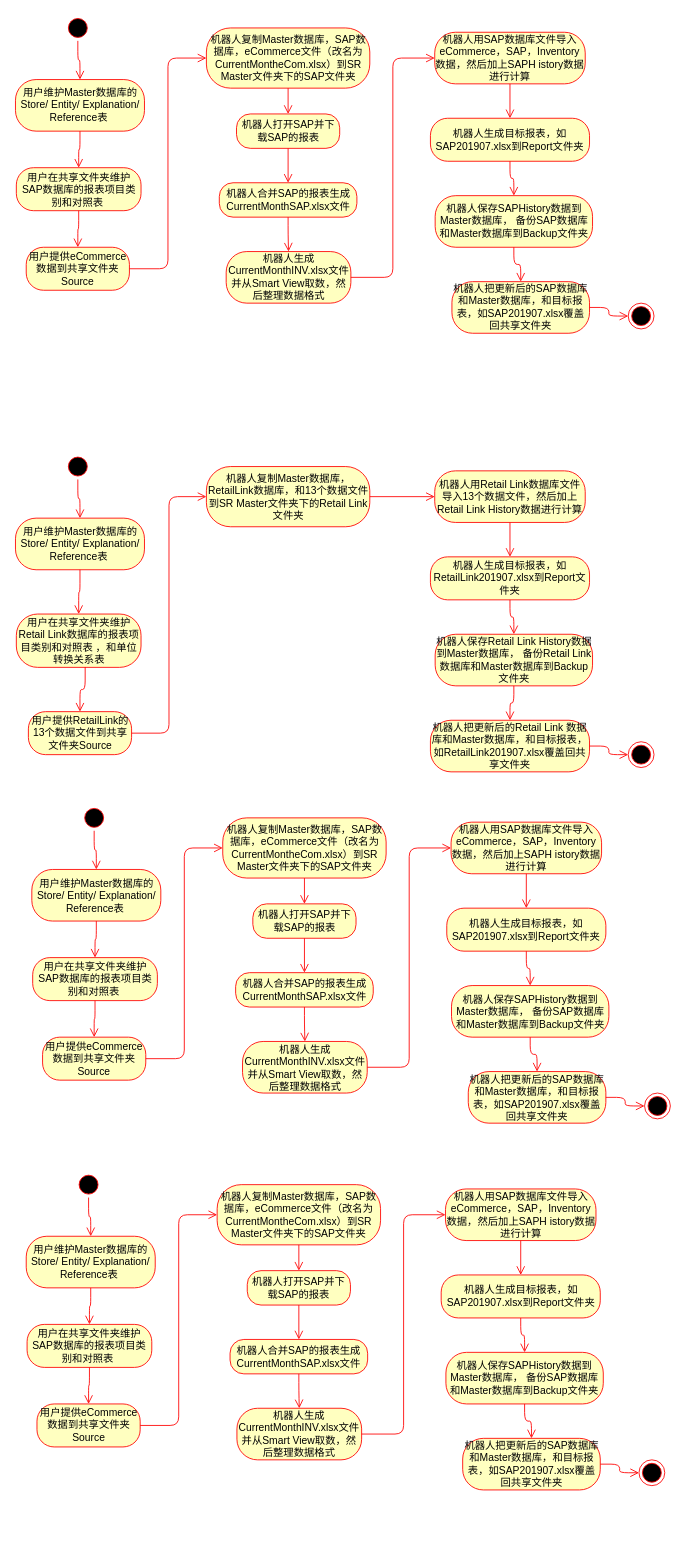
Earlier version of the draw.io diagram page "StatisticReport" (2 of 6) of Untitled Diagram.drawio (Youjwxyz/VBA_Library). Source tidied: cells renumbered, new cells numbered last; positions are measured from the earlier drawing's top-left corner, leaving out a move shared by most shapes. Both pictures are drawn from the tidied source at 86%, with x=0, y=0 at pixel (15, 15).
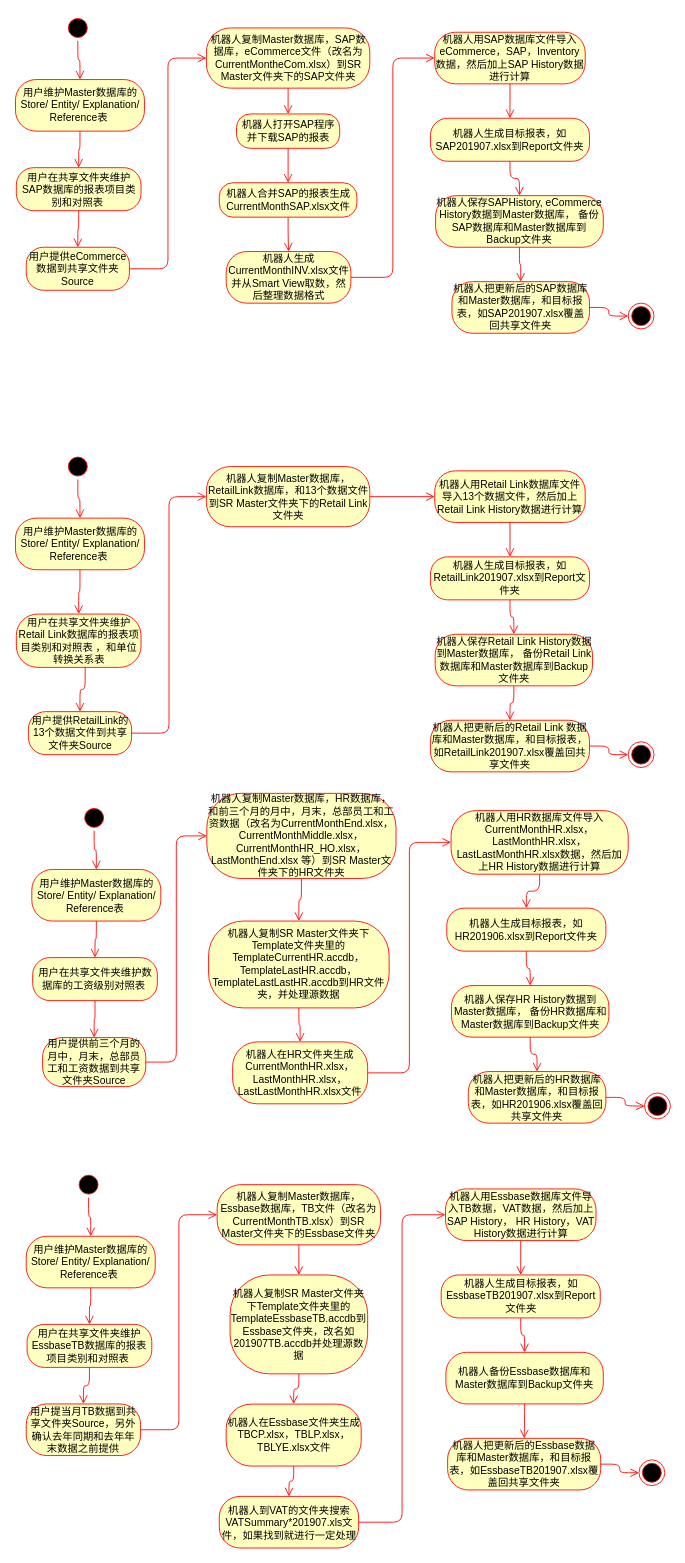
The same diagram, later.

The edit, as a diff of the source:
```diff
@@
-    <mxCell id="12" value="机器人打开SAP并下载SAP的报表" style="rounded=1;whiteSpace=wrap;html=1;arcSize=40;fontColor=#000000;fillColor=#ffffc0;strokeColor=#ff0000;" parent="1" vertex="1">
+    <mxCell id="12" value="机器人打开SAP程序并下载SAP的报表" style="rounded=1;whiteSpace=wrap;html=1;arcSize=40;fontColor=#000000;fillColor=#ffffc0;strokeColor=#ff0000;" parent="1" vertex="1">
       <mxGeometry x="256.5" y="115" width="120" height="40" as="geometry" />
     </mxCell>
@@
-    <mxCell id="18" value="机器人用SAP数据库文件导入eCommerce，SAP，Inventory数据，然后加上SAPH istory数据进行计算" style="rounded=1;whiteSpace=wrap;html=1;arcSize=40;fontColor=#000000;fillColor=#ffffc0;strokeColor=#ff0000;" parent="1" vertex="1">
+    <mxCell id="18" value="机器人用SAP数据库文件导入eCommerce，SAP，Inventory数据，然后加上SAP History数据进行计算" style="rounded=1;whiteSpace=wrap;html=1;arcSize=40;fontColor=#000000;fillColor=#ffffc0;strokeColor=#ff0000;" parent="1" vertex="1">
       <mxGeometry x="487" y="20" width="175" height="60" as="geometry" />
     </mxCell>
@@
-    <mxCell id="22" value="机器人保存SAPHistory数据到Master数据库，&amp;nbsp;备份SAP数据库和Master数据库到Backup文件夹" style="rounded=1;whiteSpace=wrap;html=1;arcSize=40;fontColor=#000000;fillColor=#ffffc0;strokeColor=#ff0000;" parent="1" vertex="1">
-      <mxGeometry x="487.5" y="210" width="183" height="60" as="geometry" />
+    <mxCell id="22" value="机器人保存SAPHistory, eCommerce History数据到Master数据库，&amp;nbsp;备份SAP数据库和Master数据库到Backup文件夹" style="rounded=1;whiteSpace=wrap;html=1;arcSize=40;fontColor=#000000;fillColor=#ffffc0;strokeColor=#ff0000;" parent="1" vertex="1">
+      <mxGeometry x="488" y="210" width="195" height="60" as="geometry" />
     </mxCell>
@@
-    <mxCell id="48" value="用户在共享文件夹维护SAP数据库的报表项目类别和对照表&amp;nbsp;" style="rounded=1;whiteSpace=wrap;html=1;arcSize=40;fontColor=#000000;fillColor=#ffffc0;strokeColor=#ff0000;" parent="1" vertex="1">
+    <mxCell id="48" value="用户在共享文件夹维护数据库的工资级别对照表&amp;nbsp;" style="rounded=1;whiteSpace=wrap;html=1;arcSize=40;fontColor=#000000;fillColor=#ffffc0;strokeColor=#ff0000;" parent="1" vertex="1">
       <mxGeometry x="19.5" y="1096" width="145" height="50" as="geometry" />
     </mxCell>
@@
-    <mxCell id="52" value="用户提供eCommerce数据到共享文件夹Source" style="rounded=1;whiteSpace=wrap;html=1;arcSize=40;fontColor=#000000;fillColor=#ffffc0;strokeColor=#ff0000;" parent="1" vertex="1">
-      <mxGeometry x="31" y="1188.5" width="120" height="50" as="geometry" />
+    <mxCell id="52" value="用户提供前三个月的月中，月末，总部员工和工资数据到共享文件夹Source" style="rounded=1;whiteSpace=wrap;html=1;arcSize=40;fontColor=#000000;fillColor=#ffffc0;strokeColor=#ff0000;" parent="1" vertex="1">
+      <mxGeometry x="31" y="1189" width="120" height="57" as="geometry" />
     </mxCell>
@@
-    <mxCell id="54" value="机器人复制Master数据库，SAP数据库，eCommerce文件（改名为CurrentMontheCom.xlsx）到SR Master文件夹下的SAP文件夹" style="rounded=1;whiteSpace=wrap;html=1;arcSize=40;fontColor=#000000;fillColor=#ffffc0;strokeColor=#ff0000;" parent="1" vertex="1">
-      <mxGeometry x="240.5" y="933.5" width="190" height="70" as="geometry" />
+    <mxCell id="54" value="机器人复制Master数据库，HR数据库，和前三个月的月中，月末，总部员工和工资数据（改名为CurrentMonthEnd.xlsx，CurrentMonthMiddle.xlsx，CurrentMonthHR_HO.xlsx， LastMonthEnd.xlsx 等）到SR Master文件夹下的HR文件夹" style="rounded=1;whiteSpace=wrap;html=1;arcSize=40;fontColor=#000000;fillColor=#ffffc0;strokeColor=#ff0000;" parent="1" vertex="1">
+      <mxGeometry x="222" y="905" width="220" height="99" as="geometry" />
     </mxCell>
@@
-    <mxCell id="56" value="机器人打开SAP并下载SAP的报表" style="rounded=1;whiteSpace=wrap;html=1;arcSize=40;fontColor=#000000;fillColor=#ffffc0;strokeColor=#ff0000;" parent="1" vertex="1">
-      <mxGeometry x="275.5" y="1033.5" width="120" height="40" as="geometry" />
+    <mxCell id="56" value="机器人复制SR Master文件夹下Template文件夹里的TemplateCurrentHR.accdb，TemplateLastHR.accdb，TemplateLastLastHR.accdb到HR文件夹，并处理源数据" style="rounded=1;whiteSpace=wrap;html=1;arcSize=40;fontColor=#000000;fillColor=#ffffc0;strokeColor=#ff0000;" parent="1" vertex="1">
+      <mxGeometry x="224" y="1053.5" width="210" height="101" as="geometry" />
     </mxCell>
-    <mxCell id="57" style="edgeStyle=orthogonalEdgeStyle;html=1;verticalAlign=bottom;endArrow=open;endSize=8;strokeColor=#ff0000;" parent="1" edge="1" source="56" target="58">
+    <mxCell id="57" style="edgeStyle=orthogonalEdgeStyle;html=1;verticalAlign=bottom;endArrow=open;endSize=8;strokeColor=#ff0000;entryX=0.5;entryY=0;entryDx=0;entryDy=0;" parent="1" edge="1" source="56" target="60">
       <mxGeometry relative="1" as="geometry" />
     </mxCell>
-    <mxCell id="58" value="机器人合并SAP的报表生成CurrentMonthSAP.xlsx文件" style="rounded=1;whiteSpace=wrap;html=1;arcSize=40;fontColor=#000000;fillColor=#ffffc0;strokeColor=#ff0000;" parent="1" vertex="1">
-      <mxGeometry x="255.5" y="1113.5" width="160" height="40" as="geometry" />
-    </mxCell>
-    <mxCell id="59" style="edgeStyle=orthogonalEdgeStyle;html=1;verticalAlign=bottom;endArrow=open;endSize=8;strokeColor=#ff0000;" parent="1" edge="1" source="58" target="60">
-      <mxGeometry relative="1" as="geometry" />
-    </mxCell>
-    <mxCell id="60" value="机器人生成CurrentMonthINV.xlsx文件并从Smart View取数，然后整理数据格式" style="rounded=1;whiteSpace=wrap;html=1;arcSize=40;fontColor=#000000;fillColor=#ffffc0;strokeColor=#ff0000;" parent="1" vertex="1">
-      <mxGeometry x="263.5" y="1193.5" width="145" height="60" as="geometry" />
+    <mxCell id="60" value="机器人在HR文件夹生成CurrentMonthHR.xlsx，LastMonthHR.xlsx，LastLastMonthHR.xlsx文件" style="rounded=1;whiteSpace=wrap;html=1;arcSize=40;fontColor=#000000;fillColor=#ffffc0;strokeColor=#ff0000;" parent="1" vertex="1">
+      <mxGeometry x="252" y="1194" width="157" height="72" as="geometry" />
     </mxCell>
@@
-    <mxCell id="62" value="机器人用SAP数据库文件导入eCommerce，SAP，Inventory数据，然后加上SAPH istory数据进行计算" style="rounded=1;whiteSpace=wrap;html=1;arcSize=40;fontColor=#000000;fillColor=#ffffc0;strokeColor=#ff0000;" parent="1" vertex="1">
-      <mxGeometry x="506" y="938.5" width="175" height="60" as="geometry" />
+    <mxCell id="62" value="机器人用HR数据库文件导入CurrentMonthHR.xlsx，LastMonthHR.xlsx，LastLastMonthHR.xlsx数据，然后加上HR History数据进行计算" style="rounded=1;whiteSpace=wrap;html=1;arcSize=40;fontColor=#000000;fillColor=#ffffc0;strokeColor=#ff0000;" parent="1" vertex="1">
+      <mxGeometry x="506" y="925" width="206" height="74" as="geometry" />
     </mxCell>
@@
-    <mxCell id="64" value="机器人生成目标报表，如SAP201907.xlsx到Report文件夹" style="rounded=1;whiteSpace=wrap;html=1;arcSize=40;fontColor=#000000;fillColor=#ffffc0;strokeColor=#ff0000;" parent="1" vertex="1">
+    <mxCell id="64" value="机器人生成目标报表，如HR201906.xlsx到Report文件夹" style="rounded=1;whiteSpace=wrap;html=1;arcSize=40;fontColor=#000000;fillColor=#ffffc0;strokeColor=#ff0000;" parent="1" vertex="1">
       <mxGeometry x="501" y="1038.5" width="185" height="50" as="geometry" />
     </mxCell>
@@
-    <mxCell id="66" value="机器人保存SAPHistory数据到Master数据库，&amp;nbsp;备份SAP数据库和Master数据库到Backup文件夹" style="rounded=1;whiteSpace=wrap;html=1;arcSize=40;fontColor=#000000;fillColor=#ffffc0;strokeColor=#ff0000;" parent="1" vertex="1">
+    <mxCell id="66" value="机器人保存HR History数据到Master数据库，&amp;nbsp;备份HR数据库和Master数据库到Backup文件夹" style="rounded=1;whiteSpace=wrap;html=1;arcSize=40;fontColor=#000000;fillColor=#ffffc0;strokeColor=#ff0000;" parent="1" vertex="1">
       <mxGeometry x="506.5" y="1128.5" width="183" height="60" as="geometry" />
     </mxCell>
@@
-    <mxCell id="68" value="机器人把更新后的SAP数据库和Master数据库，和目标报表，如SAP201907.xlsx覆盖回共享文件夹" style="rounded=1;whiteSpace=wrap;html=1;arcSize=40;fontColor=#000000;fillColor=#ffffc0;strokeColor=#ff0000;" parent="1" vertex="1">
+    <mxCell id="68" value="机器人把更新后的HR数据库和Master数据库，和目标报表，如HR201906.xlsx覆盖回共享文件夹" style="rounded=1;whiteSpace=wrap;html=1;arcSize=40;fontColor=#000000;fillColor=#ffffc0;strokeColor=#ff0000;" parent="1" vertex="1">
       <mxGeometry x="526" y="1228.5" width="160" height="60" as="geometry" />
     </mxCell>
@@
-    <mxCell id="73" value="用户在共享文件夹维护SAP数据库的报表项目类别和对照表&amp;nbsp;" style="rounded=1;whiteSpace=wrap;html=1;arcSize=40;fontColor=#000000;fillColor=#ffffc0;strokeColor=#ff0000;" parent="1" vertex="1">
+    <mxCell id="73" value="用户在共享文件夹维护EssbaseTB数据库的报表项目类别和对照表&amp;nbsp;" style="rounded=1;whiteSpace=wrap;html=1;arcSize=40;fontColor=#000000;fillColor=#ffffc0;strokeColor=#ff0000;" parent="1" vertex="1">
       <mxGeometry x="13" y="1522.5" width="145" height="50" as="geometry" />
     </mxCell>
@@
-    <mxCell id="77" value="用户提供eCommerce数据到共享文件夹Source" style="rounded=1;whiteSpace=wrap;html=1;arcSize=40;fontColor=#000000;fillColor=#ffffc0;strokeColor=#ff0000;" parent="1" vertex="1">
-      <mxGeometry x="24.5" y="1615" width="120" height="50" as="geometry" />
+    <mxCell id="77" value="用户提当月TB数据到共享文件夹Source，另外确认去年同期和去年年末数据之前提供" style="rounded=1;whiteSpace=wrap;html=1;arcSize=40;fontColor=#000000;fillColor=#ffffc0;strokeColor=#ff0000;" parent="1" vertex="1">
+      <mxGeometry x="12" y="1615" width="133" height="60" as="geometry" />
     </mxCell>
@@
-    <mxCell id="79" value="机器人复制Master数据库，SAP数据库，eCommerce文件（改名为CurrentMontheCom.xlsx）到SR Master文件夹下的SAP文件夹" style="rounded=1;whiteSpace=wrap;html=1;arcSize=40;fontColor=#000000;fillColor=#ffffc0;strokeColor=#ff0000;" parent="1" vertex="1">
+    <mxCell id="79" value="机器人复制Master数据库，Essbase数据库，TB文件（改名为CurrentMonthTB.xlsx）到SR Master文件夹下的Essbase文件夹" style="rounded=1;whiteSpace=wrap;html=1;arcSize=40;fontColor=#000000;fillColor=#ffffc0;strokeColor=#ff0000;" parent="1" vertex="1">
       <mxGeometry x="234" y="1360" width="190" height="70" as="geometry" />
     </mxCell>
-    <mxCell id="80" style="edgeStyle=orthogonalEdgeStyle;html=1;verticalAlign=bottom;endArrow=open;endSize=8;strokeColor=#ff0000;" parent="1" edge="1" source="79" target="81">
-      <mxGeometry relative="1" as="geometry" />
-    </mxCell>
-    <mxCell id="81" value="机器人打开SAP并下载SAP的报表" style="rounded=1;whiteSpace=wrap;html=1;arcSize=40;fontColor=#000000;fillColor=#ffffc0;strokeColor=#ff0000;" parent="1" vertex="1">
-      <mxGeometry x="269" y="1460" width="120" height="40" as="geometry" />
-    </mxCell>
-    <mxCell id="82" style="edgeStyle=orthogonalEdgeStyle;html=1;verticalAlign=bottom;endArrow=open;endSize=8;strokeColor=#ff0000;" parent="1" edge="1" source="81" target="83">
+    <mxCell id="82" style="edgeStyle=orthogonalEdgeStyle;html=1;verticalAlign=bottom;endArrow=open;endSize=8;strokeColor=#ff0000;exitX=0.5;exitY=1;exitDx=0;exitDy=0;" parent="1" edge="1" source="79" target="83">
       <mxGeometry relative="1" as="geometry" />
     </mxCell>
-    <mxCell id="83" value="机器人合并SAP的报表生成CurrentMonthSAP.xlsx文件" style="rounded=1;whiteSpace=wrap;html=1;arcSize=40;fontColor=#000000;fillColor=#ffffc0;strokeColor=#ff0000;" parent="1" vertex="1">
-      <mxGeometry x="249" y="1540" width="160" height="40" as="geometry" />
+    <mxCell id="83" value="机器人复制SR Master文件夹下Template文件夹里的TemplateEssbaseTB.accdb到Essbase文件夹，改名如201907TB.accdb并处理源数据" style="rounded=1;whiteSpace=wrap;html=1;arcSize=40;fontColor=#000000;fillColor=#ffffc0;strokeColor=#ff0000;" parent="1" vertex="1">
+      <mxGeometry x="249" y="1465" width="160" height="115" as="geometry" />
     </mxCell>
-    <mxCell id="84" style="edgeStyle=orthogonalEdgeStyle;html=1;verticalAlign=bottom;endArrow=open;endSize=8;strokeColor=#ff0000;" parent="1" edge="1" source="83" target="85">
+    <mxCell id="84" style="edgeStyle=orthogonalEdgeStyle;html=1;verticalAlign=bottom;endArrow=open;endSize=8;strokeColor=#ff0000;" parent="1" edge="1" source="96" target="85">
       <mxGeometry relative="1" as="geometry" />
     </mxCell>
-    <mxCell id="85" value="机器人生成CurrentMonthINV.xlsx文件并从Smart View取数，然后整理数据格式" style="rounded=1;whiteSpace=wrap;html=1;arcSize=40;fontColor=#000000;fillColor=#ffffc0;strokeColor=#ff0000;" parent="1" vertex="1">
-      <mxGeometry x="257" y="1620" width="145" height="60" as="geometry" />
+    <mxCell id="85" value="机器人到VAT的文件夹搜索VATSummary*201907.xls文件，如果找到就进行一定处理" style="rounded=1;whiteSpace=wrap;html=1;arcSize=40;fontColor=#000000;fillColor=#ffffc0;strokeColor=#ff0000;" parent="1" vertex="1">
+      <mxGeometry x="236.5" y="1722.5" width="162" height="60" as="geometry" />
     </mxCell>
@@
-    <mxCell id="87" value="机器人用SAP数据库文件导入eCommerce，SAP，Inventory数据，然后加上SAPH istory数据进行计算" style="rounded=1;whiteSpace=wrap;html=1;arcSize=40;fontColor=#000000;fillColor=#ffffc0;strokeColor=#ff0000;" parent="1" vertex="1">
+    <mxCell id="87" value="机器人用Essbase数据库文件导入TB数据，VAT数据，然后加上SAP History， HR History，VAT History数据进行计算" style="rounded=1;whiteSpace=wrap;html=1;arcSize=40;fontColor=#000000;fillColor=#ffffc0;strokeColor=#ff0000;" parent="1" vertex="1">
       <mxGeometry x="499.5" y="1365" width="175" height="60" as="geometry" />
     </mxCell>
@@
-    <mxCell id="89" value="机器人生成目标报表，如SAP201907.xlsx到Report文件夹" style="rounded=1;whiteSpace=wrap;html=1;arcSize=40;fontColor=#000000;fillColor=#ffffc0;strokeColor=#ff0000;" parent="1" vertex="1">
+    <mxCell id="89" value="机器人生成目标报表，如EssbaseTB201907.xlsx到Report文件夹" style="rounded=1;whiteSpace=wrap;html=1;arcSize=40;fontColor=#000000;fillColor=#ffffc0;strokeColor=#ff0000;" parent="1" vertex="1">
       <mxGeometry x="494.5" y="1465" width="185" height="50" as="geometry" />
     </mxCell>
@@
-    <mxCell id="91" value="机器人保存SAPHistory数据到Master数据库，&amp;nbsp;备份SAP数据库和Master数据库到Backup文件夹" style="rounded=1;whiteSpace=wrap;html=1;arcSize=40;fontColor=#000000;fillColor=#ffffc0;strokeColor=#ff0000;" parent="1" vertex="1">
+    <mxCell id="91" value="机器人备份Essbase数据库和Master数据库到Backup文件夹" style="rounded=1;whiteSpace=wrap;html=1;arcSize=40;fontColor=#000000;fillColor=#ffffc0;strokeColor=#ff0000;" parent="1" vertex="1">
       <mxGeometry x="500" y="1555" width="183" height="60" as="geometry" />
     </mxCell>
@@
-    <mxCell id="93" value="机器人把更新后的SAP数据库和Master数据库，和目标报表，如SAP201907.xlsx覆盖回共享文件夹" style="rounded=1;whiteSpace=wrap;html=1;arcSize=40;fontColor=#000000;fillColor=#ffffc0;strokeColor=#ff0000;" parent="1" vertex="1">
-      <mxGeometry x="519.5" y="1655" width="160" height="60" as="geometry" />
+    <mxCell id="93" value="机器人把更新后的Essbase数据库和Master数据库，和目标报表，如EssbaseTB201907.xlsx覆盖回共享文件夹" style="rounded=1;whiteSpace=wrap;html=1;arcSize=40;fontColor=#000000;fillColor=#ffffc0;strokeColor=#ff0000;" parent="1" vertex="1">
+      <mxGeometry x="502" y="1655" width="178" height="60" as="geometry" />
     </mxCell>
@@
+    <mxCell id="96" value="机器人在Essbase文件夹生成TBCP.xlsx，TBLP.xlsx，TBLYE.xlsx文件" style="rounded=1;whiteSpace=wrap;html=1;arcSize=40;fontColor=#000000;fillColor=#ffffc0;strokeColor=#ff0000;" parent="1" vertex="1">
+      <mxGeometry x="244.5" y="1615.2" width="157" height="72" as="geometry" />
+    </mxCell>
+    <mxCell id="97" style="edgeStyle=orthogonalEdgeStyle;html=1;verticalAlign=bottom;endArrow=open;endSize=8;strokeColor=#ff0000;" parent="1" edge="1" source="83" target="96">
+      <mxGeometry relative="1" as="geometry" />
+    </mxCell>
```
